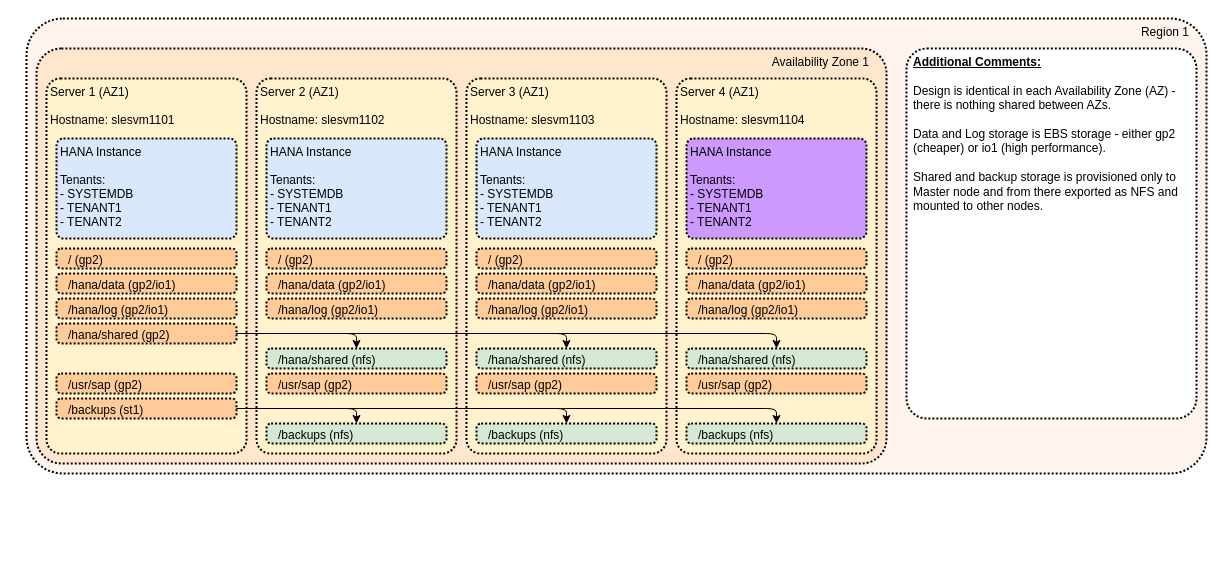
This is files/Storage_AWS_2019-12-17.drawio from krojzl/sap-hana, a draw.io file, before an edit. Source tidied: cells renumbered, new cells numbered last; positions are measured from the earlier drawing's top-left corner, leaving out a move shared by most shapes. Both pictures are drawn from the tidied source at 100%, with x=0, y=0 at pixel (26, 18).
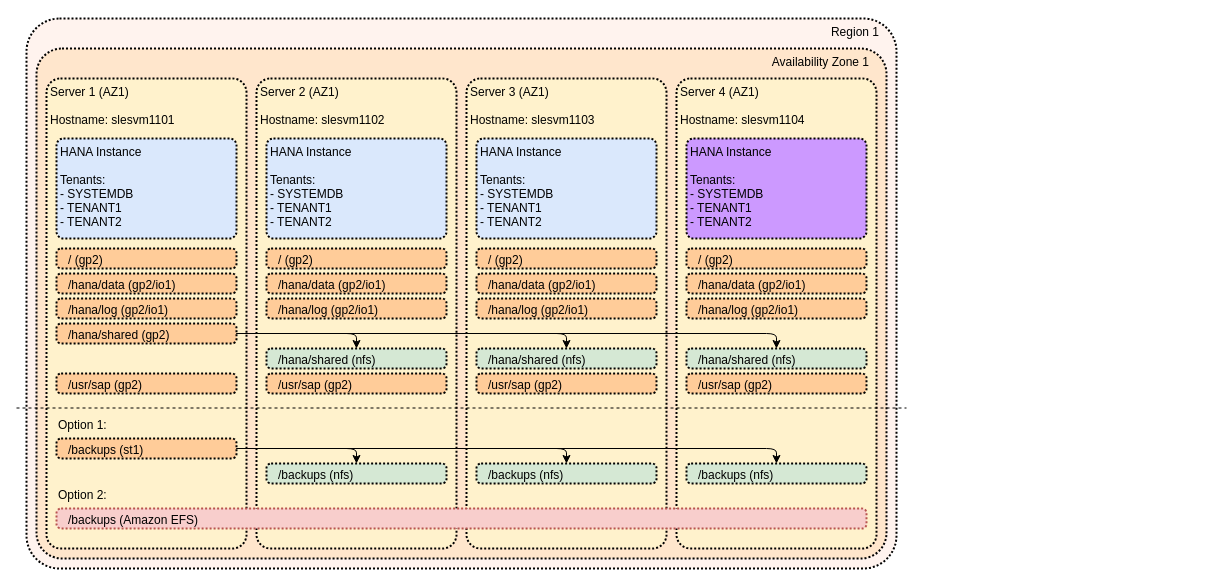
Above is the later version.

The edit, as a diff of the source:
```diff
@@
-    <mxCell id="2" value="Region 1" style="rounded=1;arcSize=8;dashed=1;strokeColor=#000000;fillColor=#FFF3EE;gradientColor=none;dashPattern=1 1;strokeWidth=2;labelBackgroundColor=none;verticalAlign=top;align=right;spacingRight=15;" parent="1" vertex="1">
-      <mxGeometry width="1180" height="455" as="geometry" />
+    <mxCell id="2" value="Region 1" style="rounded=1;arcSize=6;dashed=1;strokeColor=#000000;fillColor=#FFF3EE;gradientColor=none;dashPattern=1 1;strokeWidth=2;labelBackgroundColor=none;verticalAlign=top;align=right;spacingRight=15;" parent="1" vertex="1">
+      <mxGeometry width="870" height="550" as="geometry" />
     </mxCell>
-    <mxCell id="3" value="Availability Zone 1" style="rounded=1;arcSize=6;dashed=1;strokeColor=#000000;fillColor=#FFE6CC;gradientColor=none;dashPattern=1 1;strokeWidth=2;labelBackgroundColor=none;verticalAlign=top;align=right;spacingRight=15;" parent="1" vertex="1">
-      <mxGeometry x="10" y="30" width="850" height="415" as="geometry" />
+    <mxCell id="3" value="Availability Zone 1" style="rounded=1;arcSize=5;dashed=1;strokeColor=#000000;fillColor=#FFE6CC;gradientColor=none;dashPattern=1 1;strokeWidth=2;labelBackgroundColor=none;verticalAlign=top;align=right;spacingRight=15;" parent="1" vertex="1">
+      <mxGeometry x="10" y="30" width="850" height="510" as="geometry" />
     </mxCell>
     <mxCell id="4" value="Server 1 (AZ1)&#10;&#10;Hostname: slesvm1101&#10;" style="rounded=1;arcSize=7;dashed=1;strokeColor=#000000;fillColor=#FFF2CC;gradientColor=none;dashPattern=1 1;strokeWidth=2;labelBackgroundColor=none;verticalAlign=top;align=left;spacingRight=2;spacingLeft=2;" parent="1" vertex="1">
-      <mxGeometry x="20" y="60" width="200" height="375" as="geometry" />
+      <mxGeometry x="20" y="60" width="200" height="470" as="geometry" />
     </mxCell>
@@
     <mxCell id="6" value="Server 2 (AZ1)&#10;&#10;Hostname: slesvm1102&#10;" style="rounded=1;arcSize=7;dashed=1;strokeColor=#000000;fillColor=#FFF2CC;gradientColor=none;dashPattern=1 1;strokeWidth=2;labelBackgroundColor=none;verticalAlign=top;align=left;spacingRight=2;spacingLeft=2;" parent="1" vertex="1">
-      <mxGeometry x="230" y="60" width="200" height="375" as="geometry" />
+      <mxGeometry x="230" y="60" width="200" height="470" as="geometry" />
     </mxCell>
@@
     <mxCell id="8" value="Server 3 (AZ1)&#10;&#10;Hostname: slesvm1103&#10;" style="rounded=1;arcSize=7;dashed=1;strokeColor=#000000;fillColor=#FFF2CC;gradientColor=none;dashPattern=1 1;strokeWidth=2;labelBackgroundColor=none;verticalAlign=top;align=left;spacingRight=2;spacingLeft=2;" parent="1" vertex="1">
-      <mxGeometry x="440" y="60" width="200" height="375" as="geometry" />
+      <mxGeometry x="440" y="60" width="200" height="470" as="geometry" />
     </mxCell>
@@
     <mxCell id="10" value="Server 4 (AZ1)&#10;&#10;Hostname: slesvm1104&#10;&#10;" style="rounded=1;arcSize=7;dashed=1;strokeColor=#000000;fillColor=#FFF2CC;gradientColor=none;dashPattern=1 1;strokeWidth=2;labelBackgroundColor=none;verticalAlign=top;align=left;spacingRight=2;spacingLeft=2;" parent="1" vertex="1">
-      <mxGeometry x="650" y="60" width="200" height="375" as="geometry" />
+      <mxGeometry x="650" y="60" width="200" height="470" as="geometry" />
     </mxCell>
@@
-    <mxCell id="12" value="&lt;b&gt;&lt;u&gt;Additional Comments:&lt;/u&gt;&lt;/b&gt;&lt;br&gt;&lt;br&gt;Design is identical in each Availability Zone (AZ) - there is nothing shared between AZs.&lt;br&gt;&lt;br&gt;Data and Log storage is EBS storage - either gp2 (cheaper) or io1 (high performance).&lt;br&gt;&lt;br&gt;Shared and backup storage is provisioned only to Master node and from there exported as NFS and mounted to other nodes.&lt;br&gt;&lt;br&gt;&lt;br&gt;&lt;br&gt;" style="rounded=1;arcSize=7;dashed=1;dashPattern=1 1;strokeWidth=2;labelBackgroundColor=none;verticalAlign=top;align=left;spacingRight=5;spacingLeft=5;whiteSpace=wrap;html=1;" parent="1" vertex="1">
-      <mxGeometry x="880" y="30" width="290" height="370" as="geometry" />
-    </mxCell>
@@
     <mxCell id="36" value="/backups (st1)&#10;" style="rounded=1;arcSize=23;dashed=1;strokeColor=#000000;fillColor=#FFCC99;dashPattern=1 1;strokeWidth=2;labelBackgroundColor=none;verticalAlign=middle;align=left;spacingRight=2;spacingLeft=10;spacingTop=15;" parent="1" vertex="1">
-      <mxGeometry x="30" y="380" width="180" height="20" as="geometry" />
+      <mxGeometry x="30" y="420" width="180" height="20" as="geometry" />
     </mxCell>
     <mxCell id="37" style="endArrow=classic;html=1;" parent="1" edge="1" source="36" target="41">
       <mxGeometry relative="1" as="geometry">
         <Array as="points">
-          <mxPoint x="330" y="390" />
+          <mxPoint x="330" y="430" />
         </Array>
       </mxGeometry>
     </mxCell>
     <mxCell id="38" style="endArrow=classic;html=1;" parent="1" edge="1" source="36" target="42">
       <mxGeometry relative="1" as="geometry">
         <Array as="points">
-          <mxPoint x="540" y="390" />
+          <mxPoint x="540" y="430" />
         </Array>
       </mxGeometry>
     </mxCell>
     <mxCell id="39" value="/backups (nfs)&#10;" style="rounded=1;arcSize=23;dashed=1;strokeColor=#000000;fillColor=#D5E8D4;dashPattern=1 1;strokeWidth=2;labelBackgroundColor=none;verticalAlign=middle;align=left;spacingRight=2;spacingLeft=10;spacingTop=15;" parent="1" vertex="1">
-      <mxGeometry x="660" y="405" width="180" height="20" as="geometry" />
+      <mxGeometry x="660" y="445" width="180" height="20" as="geometry" />
     </mxCell>
     <mxCell id="40" style="endArrow=classic;html=1;" parent="1" edge="1" source="36" target="39">
       <mxGeometry relative="1" as="geometry">
         <Array as="points">
-          <mxPoint x="750" y="390" />
+          <mxPoint x="750" y="430" />
         </Array>
       </mxGeometry>
     </mxCell>
     <mxCell id="41" value="/backups (nfs)&#10;" style="rounded=1;arcSize=23;dashed=1;strokeColor=#000000;fillColor=#D5E8D4;dashPattern=1 1;strokeWidth=2;labelBackgroundColor=none;verticalAlign=middle;align=left;spacingRight=2;spacingLeft=10;spacingTop=15;" parent="1" vertex="1">
-      <mxGeometry x="240" y="405" width="180" height="20" as="geometry" />
+      <mxGeometry x="240" y="445" width="180" height="20" as="geometry" />
     </mxCell>
     <mxCell id="42" value="/backups (nfs)&#10;" style="rounded=1;arcSize=23;dashed=1;strokeColor=#000000;fillColor=#D5E8D4;dashPattern=1 1;strokeWidth=2;labelBackgroundColor=none;verticalAlign=middle;align=left;spacingRight=2;spacingLeft=10;spacingTop=15;" parent="1" vertex="1">
-      <mxGeometry x="450" y="405" width="180" height="20" as="geometry" />
+      <mxGeometry x="450" y="445" width="180" height="20" as="geometry" />
     </mxCell>
+    <mxCell id="43" style="endArrow=none;html=1;dashed=1;" parent="1" edge="1">
+      <mxGeometry relative="1" as="geometry">
+        <mxPoint x="-10" y="389.5" as="sourcePoint" />
+        <mxPoint x="880" y="389.5" as="targetPoint" />
+      </mxGeometry>
+    </mxCell>
+    <mxCell id="44" value="Option 1:&#10;" style="rounded=1;arcSize=23;dashed=1;strokeColor=none;fillColor=none;dashPattern=1 1;strokeWidth=2;labelBackgroundColor=none;verticalAlign=middle;align=left;spacingRight=2;spacingLeft=0;spacingTop=15;" parent="1" vertex="1">
+      <mxGeometry x="30" y="395" width="180" height="20" as="geometry" />
+    </mxCell>
+    <mxCell id="45" value="Option 2:&#10;" style="rounded=1;arcSize=23;dashed=1;strokeColor=none;fillColor=none;dashPattern=1 1;strokeWidth=2;labelBackgroundColor=none;verticalAlign=middle;align=left;spacingRight=2;spacingLeft=0;spacingTop=15;" parent="1" vertex="1">
+      <mxGeometry x="30" y="465" width="180" height="20" as="geometry" />
+    </mxCell>
+    <mxCell id="46" value="/backups (Amazon EFS)&#10;" style="rounded=1;arcSize=23;dashed=1;strokeColor=#b85450;fillColor=#f8cecc;dashPattern=1 1;strokeWidth=2;labelBackgroundColor=none;verticalAlign=middle;align=left;spacingRight=2;spacingLeft=10;spacingTop=15;fontSize=12;fontFamily=Helvetica;" parent="1" vertex="1">
+      <mxGeometry x="30" y="490" width="810" height="20" as="geometry" />
+    </mxCell>
```
